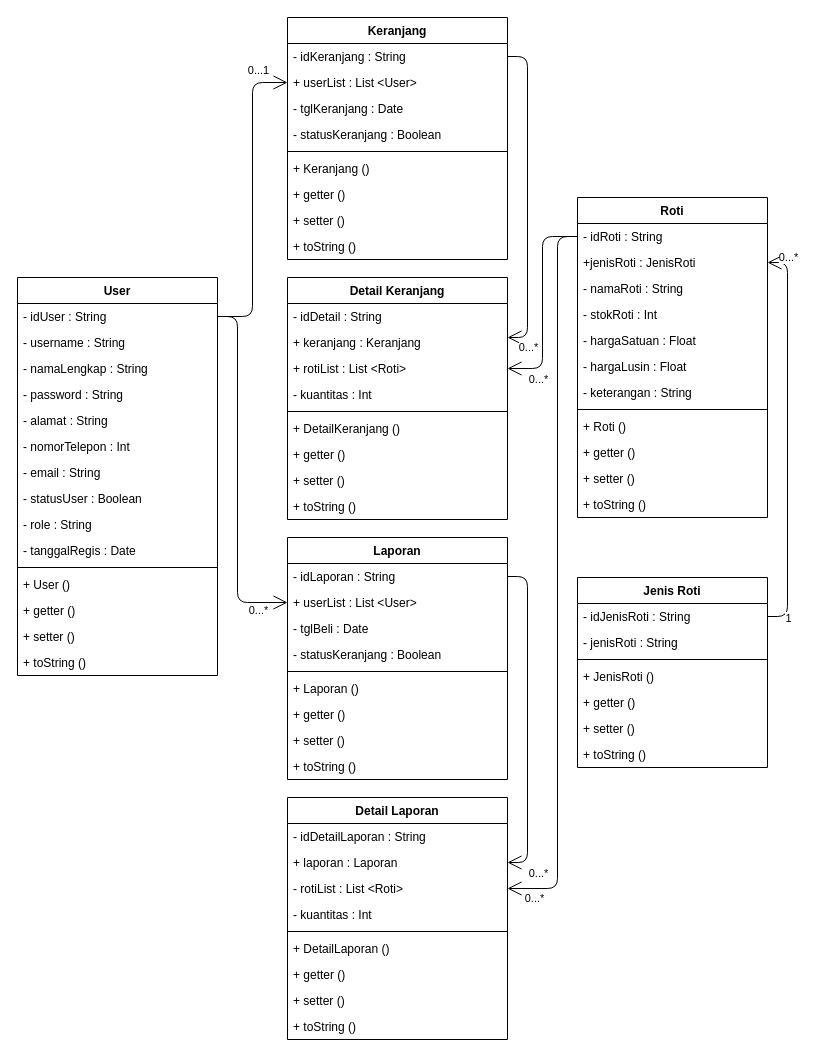
Earlier version of the draw.io diagram Diagram/Class Diagram.drawio (Bluesafif/FinalProject_Bootcamp). Source tidied: cells renumbered, new cells numbered last; positions are measured from the earlier drawing's top-left corner, leaving out a move shared by most shapes. Both pictures are drawn from the tidied source at 100%, with x=0, y=0 at pixel (17, 17).
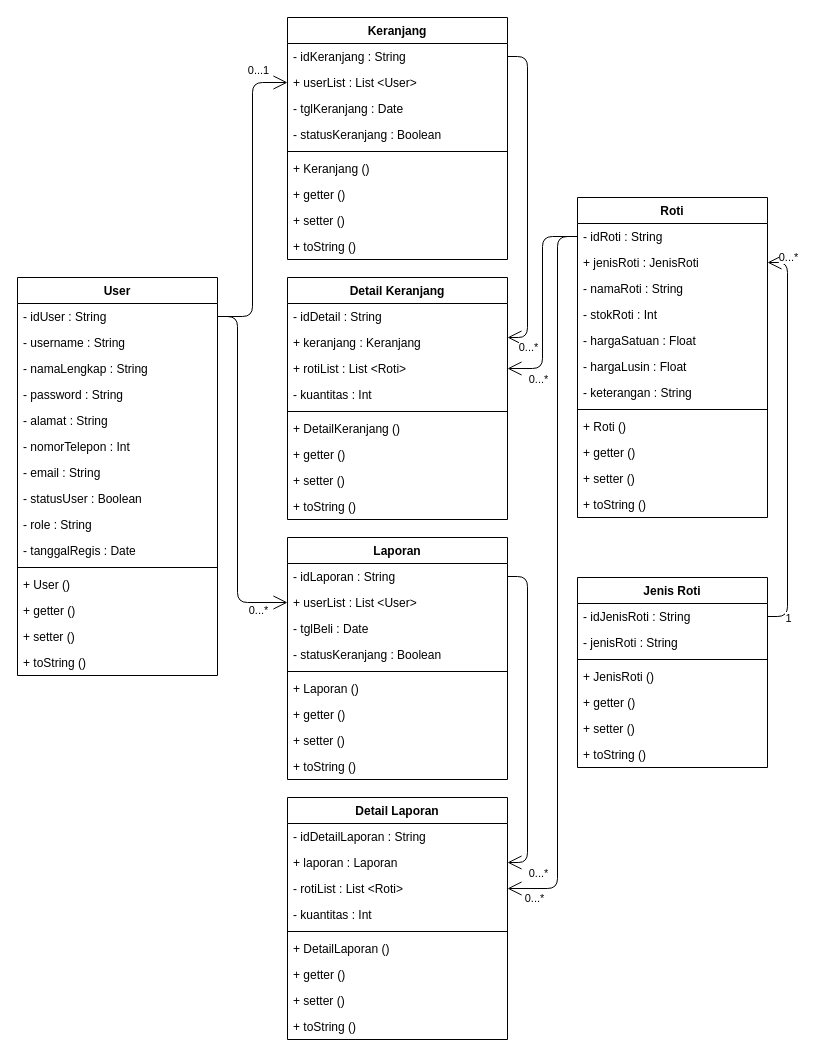
Above is the later version.

Unchanged cells that the change refers to:
```xml
<mxCell id="66" value="Roti" style="swimlane;fontStyle=1;align=center;verticalAlign=top;horizontal=1;startSize=26;" parent="1" vertex="1">
  <mxGeometry x="560" y="180" width="190" height="320" as="geometry" />
</mxCell>
```

Change to the diagram source:
```diff
@@
-    <mxCell id="68" value="+jenisRoti : JenisRoti " style="text;strokeColor=none;fillColor=none;align=left;verticalAlign=top;spacingLeft=4;spacingRight=4;overflow=hidden;points=[[0,0.5],[1,0.5]];portConstraint=eastwest;" parent="66" vertex="1">
+    <mxCell id="68" value="+ jenisRoti : JenisRoti " style="text;strokeColor=none;fillColor=none;align=left;verticalAlign=top;spacingLeft=4;spacingRight=4;overflow=hidden;points=[[0,0.5],[1,0.5]];portConstraint=eastwest;" parent="66" vertex="1">
       <mxGeometry y="52" width="190" height="26" as="geometry" />
     </mxCell>
```
